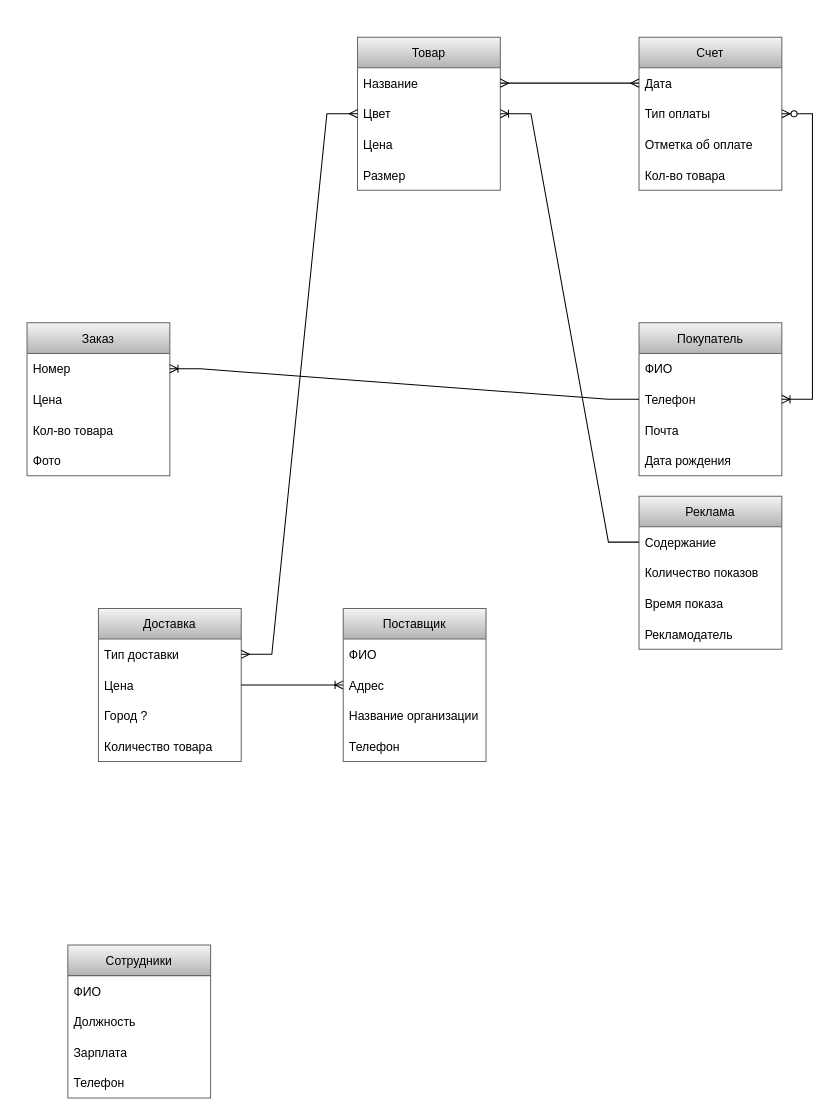
Before: Диаграмма без названия.drawio in pathetic01/sql, a draw.io diagram. Source tidied: cells renumbered, new cells numbered last; positions are measured from the earlier drawing's top-left corner, leaving out a move shared by most shapes. Both pictures are drawn from the tidied source at 102%, with x=0, y=0 at pixel (27, 37).
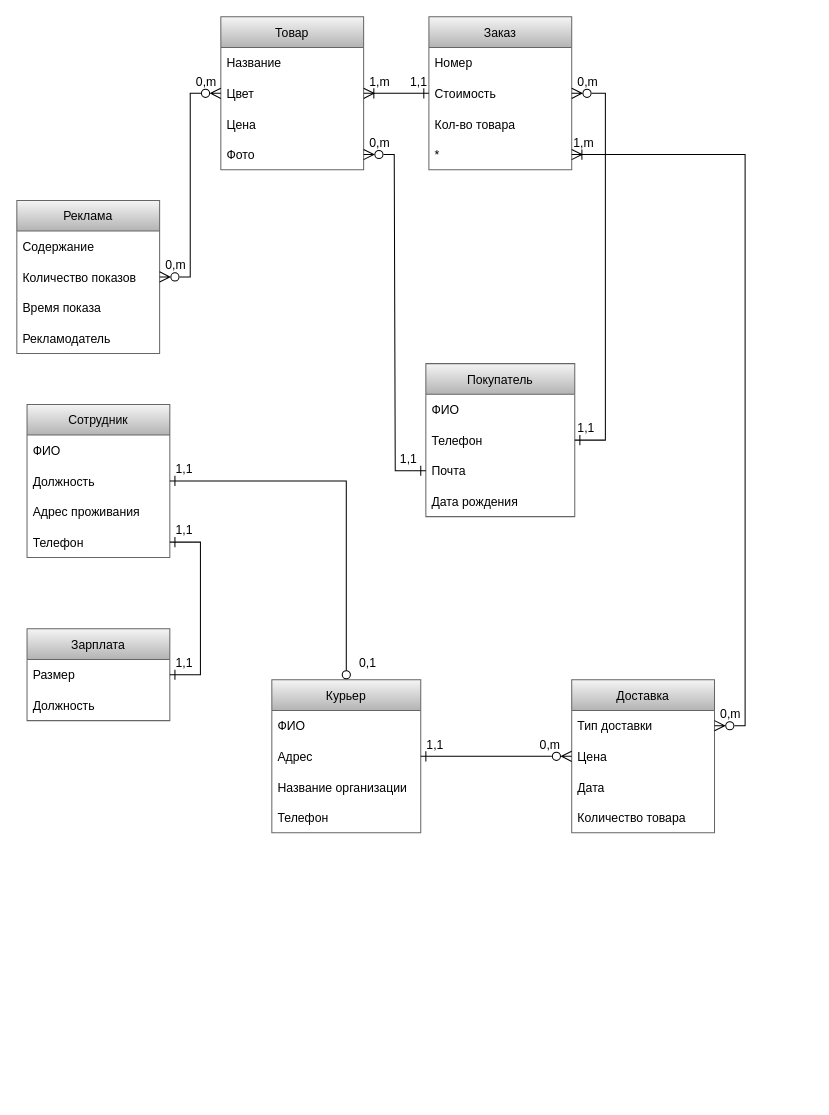
The same page after the edit.

The change refers to these unchanged cells:
```xml
<mxCell id="13" value="Тип доставки" style="text;strokeColor=none;fillColor=none;align=left;verticalAlign=middle;spacingLeft=4;spacingRight=4;overflow=hidden;points=[[0,0.5],[1,0.5]];portConstraint=eastwest;" parent="12" vertex="1">
  <mxGeometry y="30" width="140" height="30" as="geometry" />
</mxCell>
<mxCell id="14" value="Цена" style="text;strokeColor=none;fillColor=none;align=left;verticalAlign=middle;spacingLeft=4;spacingRight=4;overflow=hidden;points=[[0,0.5],[1,0.5]];portConstraint=eastwest;" parent="12" vertex="1">
  <mxGeometry y="60" width="140" height="30" as="geometry" />
</mxCell>
<mxCell id="18" value="Название" style="text;strokeColor=none;fillColor=none;align=left;verticalAlign=middle;spacingLeft=4;spacingRight=4;overflow=hidden;points=[[0,0.5],[1,0.5]];portConstraint=eastwest;" parent="17" vertex="1">
  <mxGeometry y="30" width="140" height="30" as="geometry" />
</mxCell>
<mxCell id="19" value="Цвет" style="text;strokeColor=none;fillColor=none;align=left;verticalAlign=middle;spacingLeft=4;spacingRight=4;overflow=hidden;points=[[0,0.5],[1,0.5]];portConstraint=eastwest;" parent="17" vertex="1">
  <mxGeometry y="60" width="140" height="30" as="geometry" />
</mxCell>
<mxCell id="23" value="Содержание" style="text;strokeColor=none;fillColor=none;align=left;verticalAlign=middle;spacingLeft=4;spacingRight=4;overflow=hidden;points=[[0,0.5],[1,0.5]];portConstraint=eastwest;" parent="22" vertex="1">
  <mxGeometry y="30" width="140" height="30" as="geometry" />
</mxCell>
<mxCell id="36" value="Телефон" style="text;strokeColor=none;fillColor=none;align=left;verticalAlign=middle;spacingLeft=4;spacingRight=4;overflow=hidden;points=[[0,0.5],[1,0.5]];portConstraint=eastwest;" parent="32" vertex="1">
  <mxGeometry y="120" width="140" height="30" as="geometry" />
</mxCell>
```

The edit, as a diff of the source:
```diff
@@
     <mxCell id="2" value="Покупатель" style="swimlane;fontStyle=0;horizontal=1;startSize=30;fillColor=#f5f5f5;gradientColor=#b3b3b3;strokeColor=#666666;" parent="1" vertex="1">
-      <mxGeometry x="600" y="280" width="140" height="150" as="geometry" />
+      <mxGeometry x="391" y="320" width="146" height="150" as="geometry" />
     </mxCell>
     <mxCell id="3" value="ФИО" style="text;strokeColor=none;fillColor=none;align=left;verticalAlign=middle;spacingLeft=4;spacingRight=4;overflow=hidden;" parent="2" vertex="1">
-      <mxGeometry y="30" width="140" height="30" as="geometry" />
+      <mxGeometry y="30" width="146" height="30" as="geometry" />
     </mxCell>
     <mxCell id="4" value="Телефон" style="text;strokeColor=none;fillColor=none;align=left;verticalAlign=middle;spacingLeft=4;spacingRight=4;overflow=hidden;points=[[0,0.5],[1,0.5]];portConstraint=eastwest;" parent="2" vertex="1">
-      <mxGeometry y="60" width="140" height="30" as="geometry" />
+      <mxGeometry y="60" width="146" height="30" as="geometry" />
     </mxCell>
     <mxCell id="5" value="Почта" style="text;strokeColor=none;fillColor=none;align=left;verticalAlign=middle;spacingLeft=4;spacingRight=4;overflow=hidden;points=[[0,0.5],[1,0.5]];portConstraint=eastwest;" parent="2" vertex="1">
-      <mxGeometry y="90" width="140" height="30" as="geometry" />
+      <mxGeometry y="90" width="146" height="30" as="geometry" />
     </mxCell>
     <mxCell id="6" value="Дата рождения" style="text;strokeColor=none;fillColor=none;align=left;verticalAlign=middle;spacingLeft=4;spacingRight=4;overflow=hidden;" parent="2" vertex="1">
-      <mxGeometry y="120" width="140" height="30" as="geometry" />
+      <mxGeometry y="120" width="146" height="30" as="geometry" />
     </mxCell>
-    <mxCell id="7" value="Заказ" style="swimlane;fontStyle=0;horizontal=1;startSize=30;fillColor=#f5f5f5;strokeColor=#666666;gradientColor=#b3b3b3;" parent="1" vertex="1">
-      <mxGeometry y="280" width="140" height="150" as="geometry" />
-    </mxCell>
-    <mxCell id="8" value="Номер" style="text;strokeColor=none;fillColor=none;align=left;verticalAlign=middle;spacingLeft=4;spacingRight=4;overflow=hidden;points=[[0,0.5],[1,0.5]];portConstraint=eastwest;" parent="7" vertex="1">
-      <mxGeometry y="30" width="140" height="30" as="geometry" />
-    </mxCell>
-    <mxCell id="9" value="Цена" style="text;strokeColor=none;fillColor=none;align=left;verticalAlign=middle;spacingLeft=4;spacingRight=4;overflow=hidden;" parent="7" vertex="1">
-      <mxGeometry y="60" width="140" height="30" as="geometry" />
-    </mxCell>
-    <mxCell id="10" value="Кол-во товара" style="text;strokeColor=none;fillColor=none;align=left;verticalAlign=middle;spacingLeft=4;spacingRight=4;overflow=hidden;" parent="7" vertex="1">
-      <mxGeometry y="90" width="140" height="30" as="geometry" />
-    </mxCell>
-    <mxCell id="11" value="Фото" style="text;strokeColor=none;fillColor=none;align=left;verticalAlign=middle;spacingLeft=4;spacingRight=4;overflow=hidden;" parent="7" vertex="1">
-      <mxGeometry y="120" width="140" height="30" as="geometry" />
-    </mxCell>
     <mxCell id="12" value="Доставка" style="swimlane;fontStyle=0;horizontal=1;startSize=30;fillColor=#f5f5f5;gradientColor=#b3b3b3;strokeColor=#666666;" parent="1" vertex="1">
-      <mxGeometry x="70" y="560" width="140" height="150" as="geometry" />
+      <mxGeometry x="534" y="630" width="140" height="150" as="geometry" />
     </mxCell>
@@
-    <mxCell id="15" value="Город ?" style="text;strokeColor=none;fillColor=none;align=left;verticalAlign=middle;spacingLeft=4;spacingRight=4;overflow=hidden;" parent="12" vertex="1">
+    <mxCell id="15" value="Дата" style="text;strokeColor=none;fillColor=none;align=left;verticalAlign=middle;spacingLeft=4;spacingRight=4;overflow=hidden;" parent="12" vertex="1">
       <mxGeometry y="90" width="140" height="30" as="geometry" />
     </mxCell>
@@
     <mxCell id="17" value="Товар" style="swimlane;fontStyle=0;horizontal=1;startSize=30;fillColor=#f5f5f5;gradientColor=#b3b3b3;strokeColor=#666666;" parent="1" vertex="1">
-      <mxGeometry x="324" width="140" height="150" as="geometry" />
+      <mxGeometry x="190" y="-20" width="140" height="150" as="geometry" />
     </mxCell>
@@
-    <mxCell id="21" value="Размер" style="text;strokeColor=none;fillColor=none;align=left;verticalAlign=middle;spacingLeft=4;spacingRight=4;overflow=hidden;points=[[0,0.5],[1,0.5]];portConstraint=eastwest;" parent="17" vertex="1">
+    <mxCell id="21" value="Фото" style="text;strokeColor=none;fillColor=none;align=left;verticalAlign=middle;spacingLeft=4;spacingRight=4;overflow=hidden;points=[[0,0.5],[1,0.5]];portConstraint=eastwest;" parent="17" vertex="1">
       <mxGeometry y="120" width="140" height="30" as="geometry" />
     </mxCell>
     <mxCell id="22" value="Реклама" style="swimlane;fontStyle=0;horizontal=1;startSize=30;fillColor=#f5f5f5;gradientColor=#b3b3b3;strokeColor=#666666;" parent="1" vertex="1">
-      <mxGeometry x="600" y="450" width="140" height="150" as="geometry" />
+      <mxGeometry x="-10" y="160" width="140" height="150" as="geometry" />
     </mxCell>
@@
-    <mxCell id="27" value="Счет" style="swimlane;fontStyle=0;horizontal=1;startSize=30;fillColor=#f5f5f5;gradientColor=#b3b3b3;strokeColor=#666666;" parent="1" vertex="1">
-      <mxGeometry x="600" width="140" height="150" as="geometry" />
+    <mxCell id="27" value="Заказ" style="swimlane;fontStyle=0;horizontal=1;startSize=30;fillColor=#f5f5f5;gradientColor=#b3b3b3;strokeColor=#666666;" parent="1" vertex="1">
+      <mxGeometry x="394" y="-20" width="140" height="150" as="geometry" />
     </mxCell>
-    <mxCell id="28" value="Дата" style="text;strokeColor=none;fillColor=none;align=left;verticalAlign=middle;spacingLeft=4;spacingRight=4;overflow=hidden;points=[[0,0.5],[1,0.5]];portConstraint=eastwest;" parent="27" vertex="1">
+    <mxCell id="28" value="Номер" style="text;strokeColor=none;fillColor=none;align=left;verticalAlign=middle;spacingLeft=4;spacingRight=4;overflow=hidden;points=[[0,0.5],[1,0.5]];portConstraint=eastwest;" parent="27" vertex="1">
       <mxGeometry y="30" width="140" height="30" as="geometry" />
     </mxCell>
-    <mxCell id="29" value="Тип оплаты" style="text;strokeColor=none;fillColor=none;align=left;verticalAlign=middle;spacingLeft=4;spacingRight=4;overflow=hidden;points=[[0,0.5],[1,0.5]];portConstraint=eastwest;" parent="27" vertex="1">
+    <mxCell id="29" value="Стоимость" style="text;strokeColor=none;fillColor=none;align=left;verticalAlign=middle;spacingLeft=4;spacingRight=4;overflow=hidden;points=[[0,0.5],[1,0.5]];portConstraint=eastwest;" parent="27" vertex="1">
       <mxGeometry y="60" width="140" height="30" as="geometry" />
     </mxCell>
-    <mxCell id="30" value="Отметка об оплате" style="text;strokeColor=none;fillColor=none;align=left;verticalAlign=middle;spacingLeft=4;spacingRight=4;overflow=hidden;" parent="27" vertex="1">
+    <mxCell id="30" value="Кол-во товара" style="text;strokeColor=none;fillColor=none;align=left;verticalAlign=middle;spacingLeft=4;spacingRight=4;overflow=hidden;" parent="27" vertex="1">
       <mxGeometry y="90" width="140" height="30" as="geometry" />
     </mxCell>
-    <mxCell id="31" value="Кол-во товара" style="text;strokeColor=none;fillColor=none;align=left;verticalAlign=middle;spacingLeft=4;spacingRight=4;overflow=hidden;points=[[0,0.5],[1,0.5]];portConstraint=eastwest;" parent="27" vertex="1">
+    <mxCell id="31" value="*" style="text;strokeColor=none;fillColor=none;align=left;verticalAlign=middle;spacingLeft=4;spacingRight=4;overflow=hidden;points=[[0,0.5],[1,0.5]];portConstraint=eastwest;" parent="27" vertex="1">
       <mxGeometry y="120" width="140" height="30" as="geometry" />
     </mxCell>
-    <mxCell id="32" value="Сотрудники" style="swimlane;fontStyle=0;horizontal=1;startSize=30;fillColor=#f5f5f5;gradientColor=#b3b3b3;strokeColor=#666666;" parent="1" vertex="1">
-      <mxGeometry x="40" y="890" width="140" height="150" as="geometry" />
+    <mxCell id="32" value="Сотрудник" style="swimlane;fontStyle=0;horizontal=1;startSize=30;fillColor=#f5f5f5;gradientColor=#b3b3b3;strokeColor=#666666;" parent="1" vertex="1">
+      <mxGeometry y="360" width="140" height="150" as="geometry" />
     </mxCell>
@@
-    <mxCell id="35" value="Зарплата" style="text;strokeColor=none;fillColor=none;align=left;verticalAlign=middle;spacingLeft=4;spacingRight=4;overflow=hidden;" parent="32" vertex="1">
+    <mxCell id="35" value="Адрес проживания" style="text;strokeColor=none;fillColor=none;align=left;verticalAlign=middle;spacingLeft=4;spacingRight=4;overflow=hidden;" parent="32" vertex="1">
       <mxGeometry y="90" width="140" height="30" as="geometry" />
     </mxCell>
@@
-    <mxCell id="37" style="edgeStyle=entityRelationEdgeStyle;fontSize=12;html=1;endArrow=ERoneToMany;rounded=0;entryX=1;entryY=0.5;entryDx=0;entryDy=0;exitX=0;exitY=0.5;exitDx=0;exitDy=0;" parent="1" edge="1" source="4" target="8">
-      <mxGeometry relative="1" as="geometry" />
-    </mxCell>
-    <mxCell id="38" style="edgeStyle=entityRelationEdgeStyle;fontSize=12;html=1;endArrow=ERoneToMany;rounded=0;entryX=1;entryY=0.5;entryDx=0;entryDy=0;exitX=0;exitY=0.5;exitDx=0;exitDy=0;" parent="1" edge="1" source="23" target="19">
-      <mxGeometry relative="1" as="geometry" />
-    </mxCell>
-    <mxCell id="39" style="edgeStyle=entityRelationEdgeStyle;fontSize=12;html=1;endArrow=ERmany;startArrow=ERmany;rounded=0;entryX=1;entryY=0.5;entryDx=0;entryDy=0;exitX=0;exitY=0.5;exitDx=0;exitDy=0;" parent="1" edge="1" source="19" target="13">
-      <mxGeometry relative="1" as="geometry" />
-    </mxCell>
-    <mxCell id="40" style="edgeStyle=entityRelationEdgeStyle;fontSize=12;html=1;endArrow=ERoneToMany;rounded=0;exitX=1;exitY=0.5;exitDx=0;exitDy=0;entryX=0;entryY=0.5;entryDx=0;entryDy=0;" parent="1" edge="1" source="14" target="43">
-      <mxGeometry relative="1" as="geometry" />
-    </mxCell>
-    <mxCell id="41" value="Поставщик" style="swimlane;fontStyle=0;horizontal=1;startSize=30;fillColor=#f5f5f5;gradientColor=#b3b3b3;strokeColor=#666666;" parent="1" vertex="1">
-      <mxGeometry x="310" y="560" width="140" height="150" as="geometry" />
+    <mxCell id="41" value="Курьер" style="swimlane;fontStyle=0;horizontal=1;startSize=30;fillColor=#f5f5f5;gradientColor=#b3b3b3;strokeColor=#666666;" parent="1" vertex="1">
+      <mxGeometry x="240" y="630" width="146" height="150" as="geometry" />
     </mxCell>
     <mxCell id="42" value="ФИО" style="text;strokeColor=none;fillColor=none;align=left;verticalAlign=middle;spacingLeft=4;spacingRight=4;overflow=hidden;" parent="41" vertex="1">
-      <mxGeometry y="30" width="140" height="30" as="geometry" />
+      <mxGeometry y="30" width="146" height="30" as="geometry" />
     </mxCell>
     <mxCell id="43" value="Адрес" style="text;strokeColor=none;fillColor=none;align=left;verticalAlign=middle;spacingLeft=4;spacingRight=4;overflow=hidden;points=[[0,0.5],[1,0.5]];portConstraint=eastwest;" parent="41" vertex="1">
-      <mxGeometry y="60" width="140" height="30" as="geometry" />
+      <mxGeometry y="60" width="146" height="30" as="geometry" />
     </mxCell>
     <mxCell id="44" value="Название организации" style="text;strokeColor=none;fillColor=none;align=left;verticalAlign=middle;spacingLeft=4;spacingRight=4;overflow=hidden;" parent="41" vertex="1">
-      <mxGeometry y="90" width="140" height="30" as="geometry" />
+      <mxGeometry y="90" width="146" height="30" as="geometry" />
     </mxCell>
     <mxCell id="45" value="Телефон" style="text;strokeColor=none;fillColor=none;align=left;verticalAlign=middle;spacingLeft=4;spacingRight=4;overflow=hidden;" parent="41" vertex="1">
-      <mxGeometry y="120" width="140" height="30" as="geometry" />
+      <mxGeometry y="120" width="146" height="30" as="geometry" />
     </mxCell>
-    <mxCell id="46" style="edgeStyle=entityRelationEdgeStyle;fontSize=12;html=1;endArrow=ERmany;startArrow=ERmany;rounded=0;entryX=1;entryY=0.5;entryDx=0;entryDy=0;exitX=0;exitY=0.5;exitDx=0;exitDy=0;" parent="1" edge="1" source="28" target="18">
-      <mxGeometry relative="1" as="geometry" />
-    </mxCell>
-    <mxCell id="47" style="edgeStyle=entityRelationEdgeStyle;fontSize=12;html=1;endArrow=ERoneToMany;startArrow=ERzeroToMany;rounded=0;exitX=1;exitY=0.5;exitDx=0;exitDy=0;entryX=1;entryY=0.5;entryDx=0;entryDy=0;" parent="1" edge="1" source="29" target="4">
-      <mxGeometry relative="1" as="geometry" />
-    </mxCell>
+    <mxCell id="48" style="edgeStyle=entityRelationEdgeStyle;fontSize=12;html=1;endArrow=ERone;endFill=0;rounded=0;startArrow=ERzeroToMany;startFill=0;strokeWidth=1;endSize=8;startSize=8;" parent="1" edge="1" source="27" target="2">
+      <mxGeometry relative="1" as="geometry" />
+    </mxCell>
+    <mxCell id="49" style="edgeStyle=entityRelationEdgeStyle;fontSize=12;html=1;endArrow=ERone;endFill=0;rounded=0;entryX=0;entryY=0.5;entryDx=0;entryDy=0;exitX=1;exitY=0.5;exitDx=0;exitDy=0;endSize=8;startSize=8;startArrow=ERzeroToMany;startFill=0;" parent="1" edge="1" source="21" target="5">
+      <mxGeometry relative="1" as="geometry" />
+    </mxCell>
+    <mxCell id="50" style="edgeStyle=entityRelationEdgeStyle;fontSize=12;html=1;endArrow=ERone;endFill=0;rounded=0;entryX=0;entryY=0.5;entryDx=0;entryDy=0;endSize=8;startSize=8;startArrow=ERoneToMany;startFill=0;" parent="1" edge="1" source="19" target="29">
+      <mxGeometry relative="1" as="geometry" />
+    </mxCell>
+    <mxCell id="51" style="edgeStyle=entityRelationEdgeStyle;fontSize=12;html=1;endArrow=ERzeroToMany;endFill=0;rounded=0;endSize=8;startSize=8;startArrow=ERoneToMany;startFill=0;exitX=1;exitY=0.5;exitDx=0;exitDy=0;" parent="1" edge="1" source="31" target="13">
+      <mxGeometry relative="1" as="geometry" />
+    </mxCell>
+    <mxCell id="52" style="edgeStyle=entityRelationEdgeStyle;fontSize=12;html=1;endArrow=ERzeroToMany;rounded=0;strokeWidth=1;startSize=8;endSize=8;startArrow=ERone;startFill=0;endFill=0;" parent="1" edge="1" source="41" target="12">
+      <mxGeometry relative="1" as="geometry" />
+    </mxCell>
+    <mxCell id="53" style="edgeStyle=orthogonalEdgeStyle;fontSize=12;html=1;endArrow=oval;endFill=0;rounded=0;strokeWidth=1;startSize=8;endSize=8;startArrow=ERone;startFill=0;sourcePerimeterSpacing=0;targetPerimeterSpacing=5;" parent="1" edge="1" source="32" target="41">
+      <mxGeometry relative="1" as="geometry" />
+    </mxCell>
+    <mxCell id="54" style="edgeStyle=entityRelationEdgeStyle;fontSize=12;html=1;endArrow=ERzeroToMany;rounded=0;strokeWidth=1;startSize=8;endSize=8;sourcePerimeterSpacing=0;targetPerimeterSpacing=5;startArrow=ERzeroToMany;startFill=0;endFill=0;entryX=0;entryY=0.5;entryDx=0;entryDy=0;" parent="1" edge="1" source="22" target="19">
+      <mxGeometry relative="1" as="geometry" />
+    </mxCell>
+    <mxCell id="55" value="Зарплата" style="swimlane;fontStyle=0;horizontal=1;startSize=30;fillColor=#f5f5f5;gradientColor=#b3b3b3;strokeColor=#666666;" parent="1" vertex="1">
+      <mxGeometry y="580" width="140" height="90" as="geometry" />
+    </mxCell>
+    <mxCell id="56" value="Размер" style="text;strokeColor=none;fillColor=none;align=left;verticalAlign=middle;spacingLeft=4;spacingRight=4;overflow=hidden;points=[[0,0.5],[1,0.5]];portConstraint=eastwest;" parent="55" vertex="1">
+      <mxGeometry y="30" width="140" height="30" as="geometry" />
+    </mxCell>
+    <mxCell id="57" value="Должность" style="text;strokeColor=none;fillColor=none;align=left;verticalAlign=middle;spacingLeft=4;spacingRight=4;overflow=hidden;" parent="55" vertex="1">
+      <mxGeometry y="60" width="140" height="30" as="geometry" />
+    </mxCell>
+    <mxCell id="58" style="edgeStyle=entityRelationEdgeStyle;fontSize=12;html=1;endArrow=ERone;startArrow=ERone;rounded=0;strokeWidth=1;startSize=8;endSize=8;sourcePerimeterSpacing=0;targetPerimeterSpacing=5;entryX=1;entryY=0.5;entryDx=0;entryDy=0;exitX=1;exitY=0.5;exitDx=0;exitDy=0;startFill=0;endFill=0;" parent="1" edge="1" source="56" target="36">
+      <mxGeometry relative="1" as="geometry" />
+    </mxCell>
+    <mxCell id="59" value="1,1" style="text;strokeColor=none;fillColor=none;spacingLeft=4;spacingRight=4;overflow=hidden;fontSize=12;" parent="1" vertex="1">
+      <mxGeometry x="140" y="470" width="40" height="30" as="geometry" />
+    </mxCell>
+    <mxCell id="60" value="1,1" style="text;strokeColor=none;fillColor=none;spacingLeft=4;spacingRight=4;overflow=hidden;fontSize=12;" parent="1" vertex="1">
+      <mxGeometry x="140" y="600" width="40" height="30" as="geometry" />
+    </mxCell>
+    <mxCell id="61" value="1,1" style="text;strokeColor=none;fillColor=none;spacingLeft=4;spacingRight=4;overflow=hidden;fontSize=12;" parent="1" vertex="1">
+      <mxGeometry x="140" y="410" width="40" height="30" as="geometry" />
+    </mxCell>
+    <mxCell id="62" value="0,1" style="text;strokeColor=none;fillColor=none;spacingLeft=4;spacingRight=4;overflow=hidden;fontSize=12;" parent="1" vertex="1">
+      <mxGeometry x="320" y="600" width="40" height="30" as="geometry" />
+    </mxCell>
+    <mxCell id="63" value="1,1" style="text;strokeColor=none;fillColor=none;spacingLeft=4;spacingRight=4;overflow=hidden;fontSize=12;" parent="1" vertex="1">
+      <mxGeometry x="386" y="680" width="40" height="30" as="geometry" />
+    </mxCell>
+    <mxCell id="64" value="0,m" style="text;strokeColor=none;fillColor=none;spacingLeft=4;spacingRight=4;overflow=hidden;fontSize=12;" parent="1" vertex="1">
+      <mxGeometry x="497" y="680" width="40" height="30" as="geometry" />
+    </mxCell>
+    <mxCell id="65" value="0,m" style="text;strokeColor=none;fillColor=none;spacingLeft=4;spacingRight=4;overflow=hidden;fontSize=12;" parent="1" vertex="1">
+      <mxGeometry x="674" y="650" width="40" height="30" as="geometry" />
+    </mxCell>
+    <mxCell id="66" value="0,m" style="text;strokeColor=none;fillColor=none;spacingLeft=4;spacingRight=4;overflow=hidden;fontSize=12;" parent="1" vertex="1">
+      <mxGeometry x="130" y="210" width="40" height="30" as="geometry" />
+    </mxCell>
+    <mxCell id="67" value="0,m" style="text;strokeColor=none;fillColor=none;spacingLeft=4;spacingRight=4;overflow=hidden;fontSize=12;" parent="1" vertex="1">
+      <mxGeometry x="160" y="30" width="40" height="30" as="geometry" />
+    </mxCell>
+    <mxCell id="68" value="0,m" style="text;strokeColor=none;fillColor=none;spacingLeft=4;spacingRight=4;overflow=hidden;fontSize=12;" parent="1" vertex="1">
+      <mxGeometry x="330" y="90" width="40" height="30" as="geometry" />
+    </mxCell>
+    <mxCell id="69" value="0,m" style="text;strokeColor=none;fillColor=none;spacingLeft=4;spacingRight=4;overflow=hidden;fontSize=12;" parent="1" vertex="1">
+      <mxGeometry x="534" y="30" width="40" height="30" as="geometry" />
+    </mxCell>
+    <mxCell id="70" value="1,m" style="text;strokeColor=none;fillColor=none;spacingLeft=4;spacingRight=4;overflow=hidden;fontSize=12;" parent="1" vertex="1">
+      <mxGeometry x="330" y="30" width="40" height="30" as="geometry" />
+    </mxCell>
+    <mxCell id="71" value="1,1" style="text;strokeColor=none;fillColor=none;spacingLeft=4;spacingRight=4;overflow=hidden;fontSize=12;" parent="1" vertex="1">
+      <mxGeometry x="370" y="30" width="40" height="30" as="geometry" />
+    </mxCell>
+    <mxCell id="72" value="1,1" style="text;strokeColor=none;fillColor=none;spacingLeft=4;spacingRight=4;overflow=hidden;fontSize=12;" parent="1" vertex="1">
+      <mxGeometry x="360" y="400" width="40" height="30" as="geometry" />
+    </mxCell>
+    <mxCell id="73" value="1,1" style="text;strokeColor=none;fillColor=none;spacingLeft=4;spacingRight=4;overflow=hidden;fontSize=12;" parent="1" vertex="1">
+      <mxGeometry x="534" y="370" width="40" height="30" as="geometry" />
+    </mxCell>
+    <mxCell id="74" value="1,m" style="text;strokeColor=none;fillColor=none;spacingLeft=4;spacingRight=4;overflow=hidden;fontSize=12;" parent="1" vertex="1">
+      <mxGeometry x="530" y="90" width="40" height="30" as="geometry" />
+    </mxCell>
```
